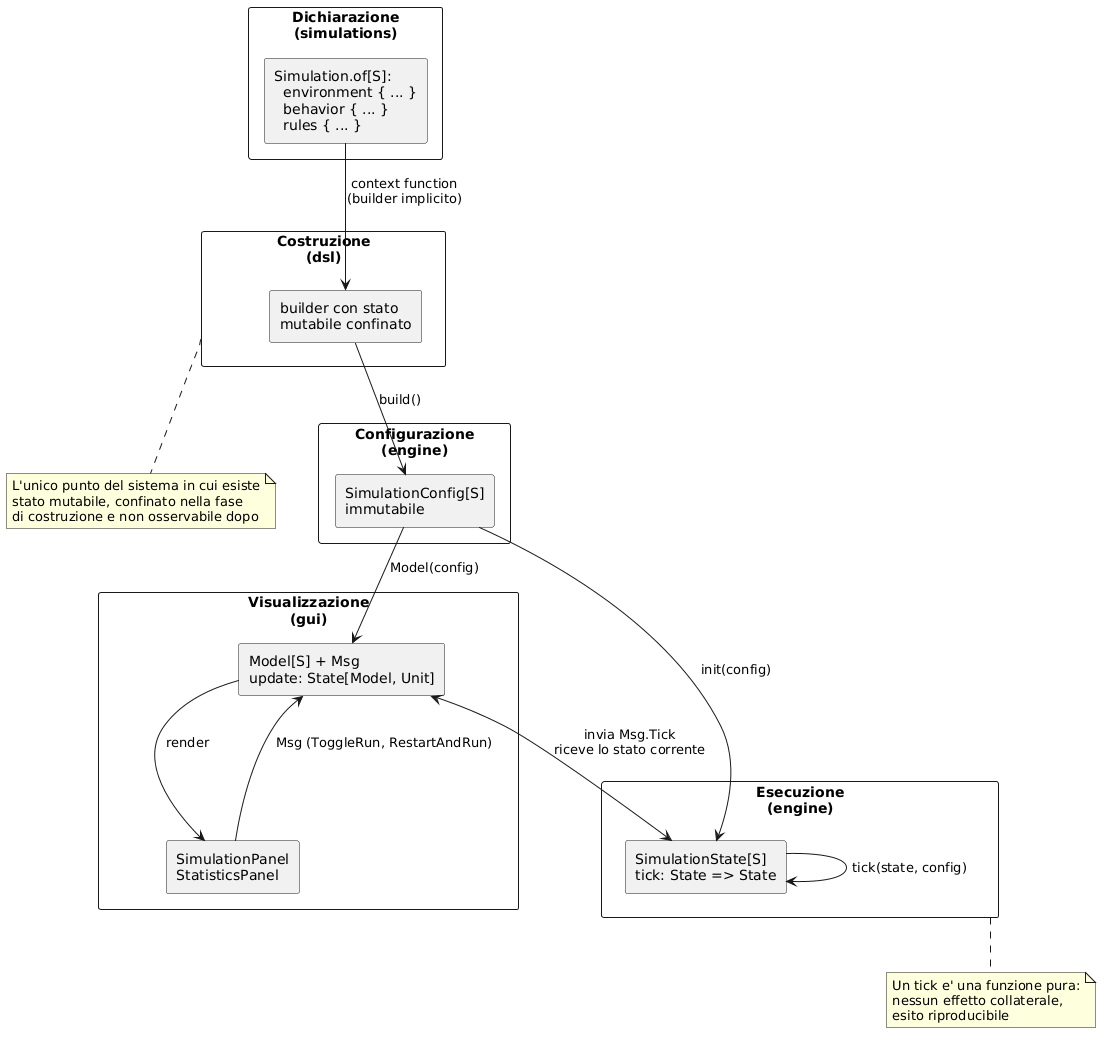
Above: docs/img/A3-simulation-flow.png in alessiobifulco/PPS-25-ABMScala (PlantUML), before the change.
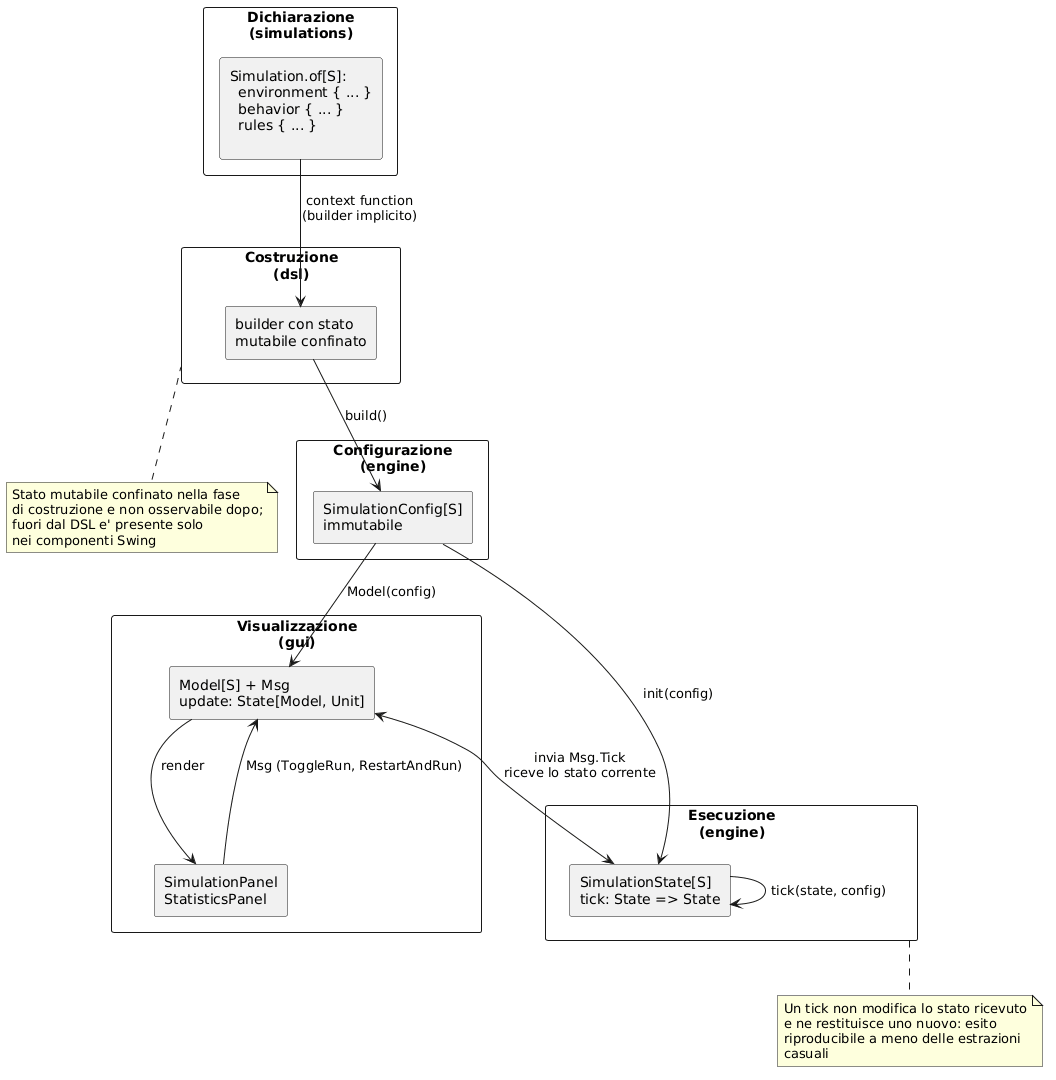
After the commit.

Change to the diagram source:
```diff
@@ -1,48 +1,45 @@
 @startuml
-skinparam nodesep 60
-skinparam ranksep 60
-
-rectangle "Dichiarazione\n(simulations)" as Dichiarazione {
-  rectangle "Simulation.of[S]:\n  environment { ... }\n  behavior { ... }\n  rules { ... }" as Decl
+rectangle "Dichiarazione\n(simulations)" as decl {
+  rectangle "Simulation.of[S]:\l  environment { ... }\l  behavior { ... }\l  rules { ... }\l" as declaration
 }
 
-rectangle "Costruzione\n(dsl)" as Costruzione {
-  rectangle "builder con stato\nmutabile confinato" as Builders
+rectangle "Costruzione\n(dsl)" as build {
+  rectangle "builder con stato\nmutabile confinato" as builder
 }
 
-rectangle "Configurazione\n(engine)" as Configurazione {
-  rectangle "SimulationConfig[S]\nimmutabile" as Config
+rectangle "Configurazione\n(engine)" as conf {
+  rectangle "SimulationConfig[S]\nimmutabile" as config
 }
 
-rectangle "Visualizzazione\n(gui)" as Visualizzazione {
-  rectangle "Model[S] + Msg\nupdate: State[Model, Unit]" as ModelBox
-  rectangle "SimulationPanel\nStatisticsPanel" as Panels
+rectangle "Visualizzazione\n(gui)" as gui {
+  rectangle "Model[S] + Msg\nupdate: State[Model, Unit]" as model
+  rectangle "SimulationPanel\nStatisticsPanel" as panels
 }
 
-rectangle "Esecuzione\n(engine)" as Esecuzione {
-  rectangle "SimulationState[S]\ntick: State => State" as StateBox
+rectangle "Esecuzione\n(engine)" as exec {
+  rectangle "SimulationState[S]\ntick: State => State" as state
 }
 
-Decl --> Builders : context function\n(builder implicito)
-Builders --> Config : build()
-Config -down-> ModelBox : Model(config)
-Config -down-> StateBox : init(config)
+declaration --> builder : context function\n(builder implicito)
+builder --> config : build()
+config --> model : Model(config)
+config --> state : init(config)
+model --> panels : render
+panels --> model : Msg (ToggleRun, RestartAndRun)
+model <--> state : invia Msg.Tick\nriceve lo stato corrente
+state --> state : tick(state, config)
 
-StateBox --> StateBox : tick(state, config)
-ModelBox --> Panels : render
-Panels --> ModelBox : Msg (ToggleRun, RestartAndRun)
-
-ModelBox <--> StateBox : invia Msg.Tick\nriceve lo stato corrente
-
-note bottom of Costruzione
-  L'unico punto del sistema in cui esiste
-  stato mutabile, confinato nella fase
-  di costruzione e non osservabile dopo
+note bottom of build
+  Stato mutabile confinato nella fase
+  di costruzione e non osservabile dopo;
+  fuori dal DSL e' presente solo
+  nei componenti Swing
 end note
 
-note bottom of Esecuzione
-  Un tick e' una funzione pura:
-  nessun effetto collaterale,
-  esito riproducibile
+note bottom of exec
+  Un tick non modifica lo stato ricevuto
+  e ne restituisce uno nuovo: esito
+  riproducibile a meno delle estrazioni
+  casuali
 end note
 @enduml
```
